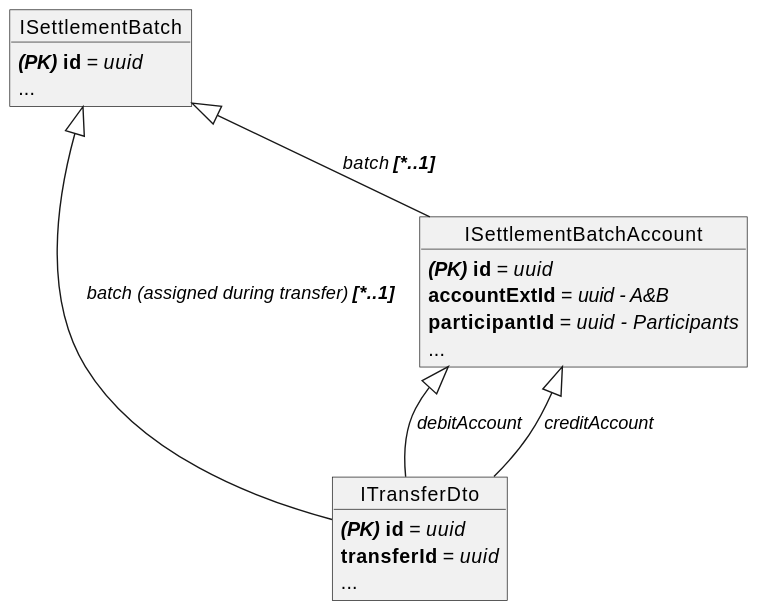
mojaloop/settlements-bc keeps this PlantUML diagram as docs/flows/10-settlement-model.svg. Above is the earlier version. Source of this version:
```plantuml
@startuml
object ITransferDto
    ITransferDto : **//(PK)// id** = //uuid//
    ITransferDto : **transferId** = //uuid//
    ITransferDto : ...
object ISettlementBatchAccount
    ISettlementBatchAccount : **//(PK)// id** = //uuid//
    ISettlementBatchAccount : **accountExtId** = //uuid - A&B//
    ISettlementBatchAccount : **participantId** = //uuid - Participants//
    ISettlementBatchAccount : ...
object ISettlementBatch
    ISettlementBatch : **//(PK)// id** = //uuid//
    ISettlementBatch : ...

ISettlementBatchAccount <|-- ITransferDto : //debitAccount//
ISettlementBatchAccount <|-- ITransferDto : //creditAccount//
ISettlementBatch <|-- ITransferDto : //batch (assigned during transfer) **[*..1]**//
ISettlementBatch <|-- ISettlementBatchAccount : //batch **[*..1]**//
@enduml
```
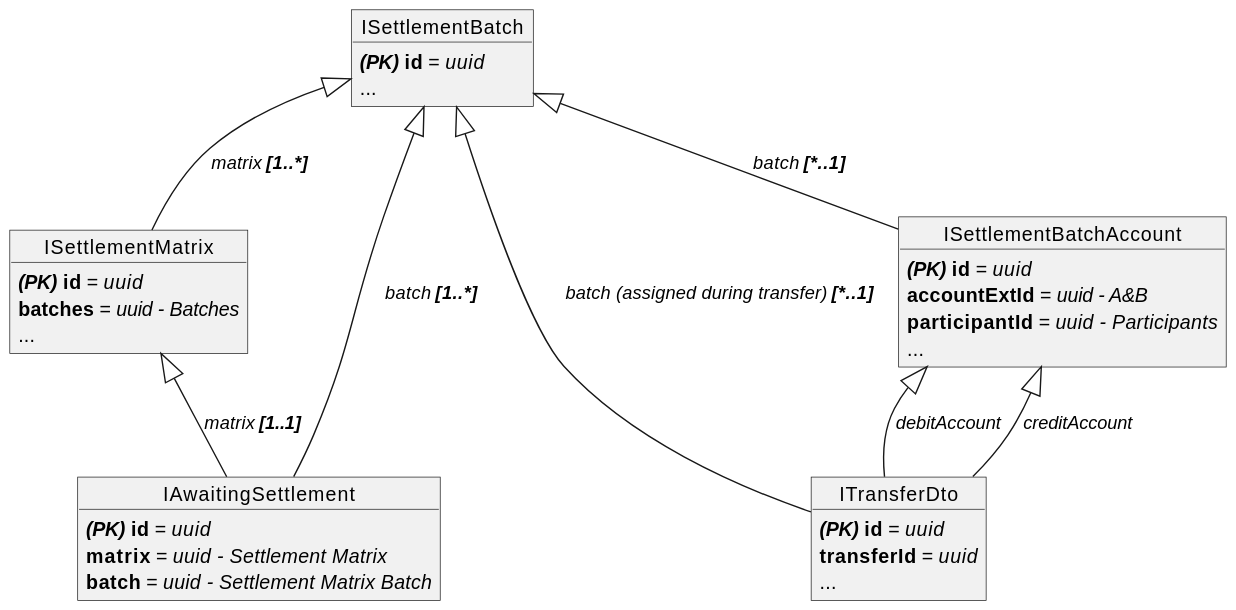
The same diagram one commit later.

Diff of the diagram source:
```diff
@@ -1,4 +1,8 @@
 @startuml
+object ISettlementMatrix
+    ISettlementMatrix : **//(PK)// id** = //uuid//
+    ISettlementMatrix : **batches** = //uuid - Batches//
+    ISettlementMatrix : ...
 object ITransferDto
     ITransferDto : **//(PK)// id** = //uuid//
     ITransferDto : **transferId** = //uuid//
@@ -11,9 +15,17 @@
 object ISettlementBatch
     ISettlementBatch : **//(PK)// id** = //uuid//
     ISettlementBatch : ...
+object IAwaitingSettlement
+    IAwaitingSettlement : **//(PK)// id** = //uuid//
+    IAwaitingSettlement : **matrix** = //uuid - Settlement Matrix//
+    IAwaitingSettlement : **batch** = //uuid - Settlement Matrix Batch//
 
 ISettlementBatchAccount <|-- ITransferDto : //debitAccount//
 ISettlementBatchAccount <|-- ITransferDto : //creditAccount//
 ISettlementBatch <|-- ITransferDto : //batch (assigned during transfer) **[*..1]**//
 ISettlementBatch <|-- ISettlementBatchAccount : //batch **[*..1]**//
+
+ISettlementBatch <|-- IAwaitingSettlement : //batch **[1..*]**//
+ISettlementMatrix <|-- IAwaitingSettlement : //matrix **[1..1]**//
+ISettlementBatch <|-- ISettlementMatrix : //matrix **[1..*]**//
 @enduml
```
